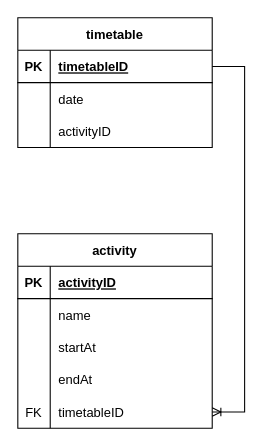
This is backend/DB_diagrams/diagram.drawio from PavKiki/Tracking-the-activity-of-children-in-field-camps, a draw.io file, before an edit. Source tidied: cells renumbered, new cells numbered last; positions are measured from the earlier drawing's top-left corner, leaving out a move shared by most shapes. Both pictures are drawn from the tidied source at 108%, with x=0, y=0 at pixel (17, 17).
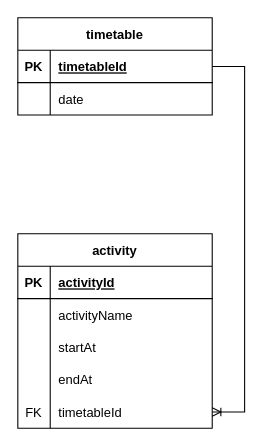
The same diagram, later.

Unchanged cells that the change refers to:
```xml
<mxCell id="3" style="shape=tableRow;horizontal=0;startSize=0;swimlaneHead=0;swimlaneBody=0;fillColor=none;points=[[0,0.5],[1,0.5]];portConstraint=eastwest;top=0;left=0;right=0;bottom=1;" parent="2" vertex="1">
  <mxGeometry y="30" width="180" height="30" as="geometry" />
</mxCell>
<mxCell id="13" style="shape=tableRow;horizontal=0;startSize=0;swimlaneHead=0;swimlaneBody=0;fillColor=none;top=0;left=0;right=0;bottom=1;" parent="12" vertex="1">
  <mxGeometry y="30" width="180" height="30" as="geometry" />
</mxCell>
<mxCell id="16" style="shape=tableRow;horizontal=0;startSize=0;swimlaneHead=0;swimlaneBody=0;fillColor=none;top=0;left=0;right=0;bottom=0;" parent="12" vertex="1">
  <mxGeometry y="60" width="180" height="30" as="geometry" />
</mxCell>
<mxCell id="25" style="shape=tableRow;horizontal=0;startSize=0;swimlaneHead=0;swimlaneBody=0;fillColor=none;points=[[0,0.5],[1,0.5]];portConstraint=eastwest;top=0;left=0;right=0;bottom=0;" parent="12" vertex="1">
  <mxGeometry y="150" width="180" height="30" as="geometry" />
</mxCell>
```

Diff of the diagram source:
```diff
@@
     <mxCell id="2" value="timetable" style="shape=table;startSize=30;childLayout=tableLayout;rowLines=0;fontStyle=1;align=center;" parent="1" vertex="1">
-      <mxGeometry width="180" height="120" as="geometry" />
+      <mxGeometry width="180" height="90" as="geometry" />
     </mxCell>
@@
-    <mxCell id="5" value="timetableID" style="shape=partialRectangle;fillColor=none;top=0;left=0;bottom=0;right=0;align=left;spacingLeft=6;fontStyle=5;overflow=hidden;" parent="3" vertex="1">
+    <mxCell id="5" value="timetableId" style="shape=partialRectangle;fillColor=none;top=0;left=0;bottom=0;right=0;align=left;spacingLeft=6;fontStyle=5;overflow=hidden;" parent="3" vertex="1">
       <mxGeometry x="30" width="150" height="30" as="geometry" />
     </mxCell>
@@
-    <mxCell id="9" style="shape=tableRow;horizontal=0;startSize=0;swimlaneHead=0;swimlaneBody=0;fillColor=none;top=0;left=0;right=0;bottom=0;" parent="2" vertex="1">
-      <mxGeometry y="90" width="180" height="30" as="geometry" />
-    </mxCell>
-    <mxCell id="10" style="shape=partialRectangle;fillColor=none;top=0;left=0;bottom=0;right=0;overflow=hidden;" parent="9" vertex="1">
-      <mxGeometry width="30" height="30" as="geometry" />
-    </mxCell>
-    <mxCell id="11" value="activityID" style="shape=partialRectangle;fillColor=none;top=0;left=0;bottom=0;right=0;align=left;spacingLeft=6;overflow=hidden;" parent="9" vertex="1">
-      <mxGeometry x="30" width="150" height="30" as="geometry" />
-    </mxCell>
@@
-    <mxCell id="15" value="activityID" style="shape=partialRectangle;fillColor=none;top=0;left=0;bottom=0;right=0;align=left;spacingLeft=6;fontStyle=5;overflow=hidden;" parent="13" vertex="1">
+    <mxCell id="15" value="activityId" style="shape=partialRectangle;fillColor=none;top=0;left=0;bottom=0;right=0;align=left;spacingLeft=6;fontStyle=5;overflow=hidden;" parent="13" vertex="1">
       <mxGeometry x="30" width="150" height="30" as="geometry" />
     </mxCell>
@@
-    <mxCell id="18" value="name" style="shape=partialRectangle;fillColor=none;top=0;left=0;bottom=0;right=0;align=left;spacingLeft=6;overflow=hidden;" parent="16" vertex="1">
+    <mxCell id="18" value="activityName" style="shape=partialRectangle;fillColor=none;top=0;left=0;bottom=0;right=0;align=left;spacingLeft=6;overflow=hidden;" parent="16" vertex="1">
       <mxGeometry x="30" width="150" height="30" as="geometry" />
     </mxCell>
@@
-    <mxCell id="27" value="timetableID" style="shape=partialRectangle;fillColor=none;top=0;left=0;bottom=0;right=0;align=left;spacingLeft=6;overflow=hidden;" parent="25" vertex="1">
+    <mxCell id="27" value="timetableId" style="shape=partialRectangle;fillColor=none;top=0;left=0;bottom=0;right=0;align=left;spacingLeft=6;overflow=hidden;" parent="25" vertex="1">
       <mxGeometry x="30" width="150" height="30" as="geometry" />
     </mxCell>
```
